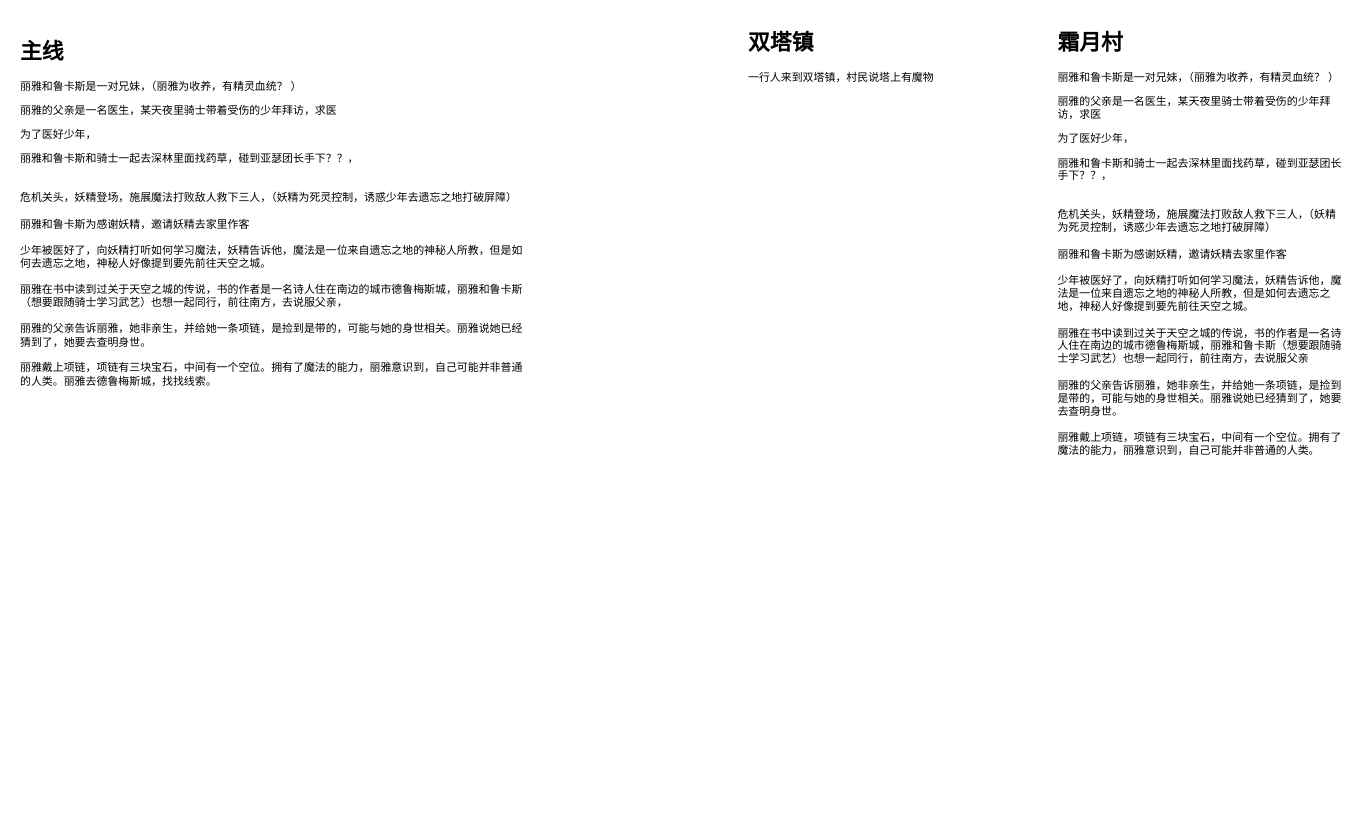
This is page "story" (8 of 10) of unity.drawio from goldmine/base, a draw.io file, before an edit. Source tidied: cells renumbered, new cells numbered last; positions are measured from the earlier drawing's top-left corner, leaving out a move shared by most shapes. Both pictures are drawn from the tidied source at 91%, with x=0, y=0 at pixel (15, 25).
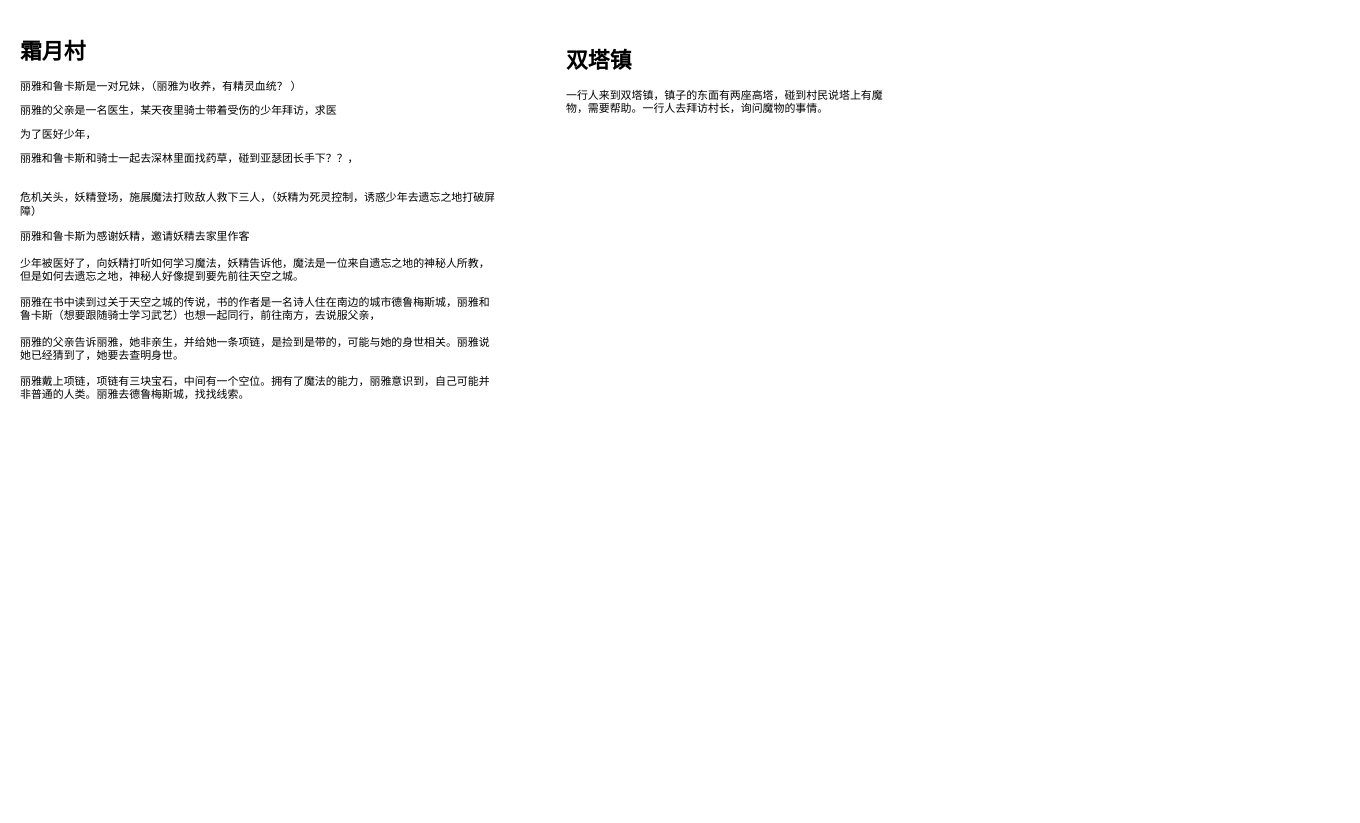
The same page after the edit.

The edit, as a diff of the source:
```diff
@@
 <mxGraphModel>
   <root>
     <mxCell id="0" />
     <mxCell id="1" parent="0" />
-    <mxCell id="2" value="&lt;h1&gt;&lt;/h1&gt;&lt;h1 style=&quot;border-color: var(--border-color);&quot;&gt;主线&lt;/h1&gt;&lt;p style=&quot;border-color: var(--border-color);&quot;&gt;丽雅和鲁卡斯是一对兄妹，（丽雅为收养，有精灵血统？ ）&lt;/p&gt;&lt;p style=&quot;border-color: var(--border-color);&quot;&gt;丽雅的父亲是一名医生，某天夜里骑士带着受伤的少年拜访，求医&lt;/p&gt;&lt;p style=&quot;border-color: var(--border-color);&quot;&gt;为了医好少年，&lt;/p&gt;丽雅和鲁卡斯和骑士一起去深林里面找药草，碰到亚瑟团长手下？？，&lt;br style=&quot;border-color: var(--border-color);&quot;&gt;&lt;br style=&quot;border-color: var(--border-color);&quot;&gt;&lt;br style=&quot;border-color: var(--border-color);&quot;&gt;危机关头，妖精登场，施展魔法打败敌人救下三人，（妖精为死灵控制，诱惑少年去遗忘之地打破屏障）&lt;br style=&quot;border-color: var(--border-color);&quot;&gt;&lt;br style=&quot;border-color: var(--border-color);&quot;&gt;丽雅和鲁卡斯为感谢妖精，邀请妖精去家里作客&lt;br style=&quot;border-color: var(--border-color);&quot;&gt;&lt;br style=&quot;border-color: var(--border-color);&quot;&gt;少年被医好了，向妖精打听如何学习魔法，妖精告诉他，魔法是一位来自遗忘之地的神秘人所教，但是如何去遗忘之地，神秘人好像提到要先前往天空之城。&lt;br style=&quot;border-color: var(--border-color);&quot;&gt;&lt;br style=&quot;border-color: var(--border-color);&quot;&gt;丽雅在书中读到过关于天空之城的传说，书的作者是一名诗人住在南边的城市德鲁梅斯城，丽雅和鲁卡斯（想要跟随骑士学习武艺）也想一起同行，前往南方，去说服父亲，&lt;br style=&quot;border-color: var(--border-color);&quot;&gt;&lt;br style=&quot;border-color: var(--border-color);&quot;&gt;丽雅的父亲告诉丽雅，她非亲生，并给她一条项链，是捡到是带的，可能与她的身世相关。丽雅说她已经猜到了，她要去查明身世。&lt;br style=&quot;border-color: var(--border-color);&quot;&gt;&lt;br style=&quot;border-color: var(--border-color);&quot;&gt;丽雅戴上项链，项链有三块宝石，中间有一个空位。拥有了魔法的能力，丽雅意识到，自己可能并非普通的人类。丽雅去德鲁梅斯城，找找线索。&lt;br&gt;&lt;br&gt;&lt;br&gt;&lt;br&gt;&lt;br&gt;&lt;br&gt;&lt;br&gt;&lt;br&gt;&lt;br&gt;&lt;br&gt;&lt;br style=&quot;border-color: var(--border-color);&quot;&gt;&lt;br style=&quot;border-color: var(--border-color);&quot;&gt;&lt;br style=&quot;border-color: var(--border-color);&quot;&gt;&lt;br style=&quot;border-color: var(--border-color);&quot;&gt;&lt;br style=&quot;border-color: var(--border-color);&quot;&gt;&lt;br style=&quot;border-color: var(--border-color);&quot;&gt;&lt;br style=&quot;border-color: var(--border-color);&quot;&gt;" style="text;html=1;strokeColor=none;fillColor=none;spacing=5;spacingTop=-20;whiteSpace=wrap;overflow=hidden;rounded=0;" parent="1" vertex="1">
-      <mxGeometry y="10" width="560" height="850" as="geometry" />
+    <mxCell id="2" value="&lt;h1&gt;&lt;/h1&gt;&lt;h1 style=&quot;border-color: var(--border-color);&quot;&gt;霜月村&lt;/h1&gt;&lt;p style=&quot;border-color: var(--border-color);&quot;&gt;丽雅和鲁卡斯是一对兄妹，（丽雅为收养，有精灵血统？ ）&lt;/p&gt;&lt;p style=&quot;border-color: var(--border-color);&quot;&gt;丽雅的父亲是一名医生，某天夜里骑士带着受伤的少年拜访，求医&lt;/p&gt;&lt;p style=&quot;border-color: var(--border-color);&quot;&gt;为了医好少年，&lt;/p&gt;丽雅和鲁卡斯和骑士一起去深林里面找药草，碰到亚瑟团长手下？？，&lt;br style=&quot;border-color: var(--border-color);&quot;&gt;&lt;br style=&quot;border-color: var(--border-color);&quot;&gt;&lt;br style=&quot;border-color: var(--border-color);&quot;&gt;危机关头，妖精登场，施展魔法打败敌人救下三人，（妖精为死灵控制，诱惑少年去遗忘之地打破屏障）&lt;br style=&quot;border-color: var(--border-color);&quot;&gt;&lt;br style=&quot;border-color: var(--border-color);&quot;&gt;丽雅和鲁卡斯为感谢妖精，邀请妖精去家里作客&lt;br style=&quot;border-color: var(--border-color);&quot;&gt;&lt;br style=&quot;border-color: var(--border-color);&quot;&gt;少年被医好了，向妖精打听如何学习魔法，妖精告诉他，魔法是一位来自遗忘之地的神秘人所教，但是如何去遗忘之地，神秘人好像提到要先前往天空之城。&lt;br style=&quot;border-color: var(--border-color);&quot;&gt;&lt;br style=&quot;border-color: var(--border-color);&quot;&gt;丽雅在书中读到过关于天空之城的传说，书的作者是一名诗人住在南边的城市德鲁梅斯城，丽雅和鲁卡斯（想要跟随骑士学习武艺）也想一起同行，前往南方，去说服父亲，&lt;br style=&quot;border-color: var(--border-color);&quot;&gt;&lt;br style=&quot;border-color: var(--border-color);&quot;&gt;丽雅的父亲告诉丽雅，她非亲生，并给她一条项链，是捡到是带的，可能与她的身世相关。丽雅说她已经猜到了，她要去查明身世。&lt;br style=&quot;border-color: var(--border-color);&quot;&gt;&lt;br style=&quot;border-color: var(--border-color);&quot;&gt;丽雅戴上项链，项链有三块宝石，中间有一个空位。拥有了魔法的能力，丽雅意识到，自己可能并非普通的人类。丽雅去德鲁梅斯城，找找线索。&lt;br&gt;&lt;br&gt;&lt;br&gt;&lt;br&gt;&lt;br&gt;&lt;br&gt;&lt;br&gt;&lt;br&gt;&lt;br&gt;&lt;br&gt;&lt;br&gt;&lt;br&gt;&lt;br&gt;&lt;br&gt;&lt;br style=&quot;border-color: var(--border-color);&quot;&gt;&lt;br style=&quot;border-color: var(--border-color);&quot;&gt;&lt;br style=&quot;border-color: var(--border-color);&quot;&gt;&lt;br style=&quot;border-color: var(--border-color);&quot;&gt;&lt;br style=&quot;border-color: var(--border-color);&quot;&gt;" style="text;html=1;strokeColor=none;fillColor=none;spacing=5;spacingTop=-20;whiteSpace=wrap;overflow=hidden;rounded=0;" parent="1" vertex="1">
+      <mxGeometry y="10" width="530" height="450" as="geometry" />
     </mxCell>
-    <mxCell id="3" value="&lt;h1&gt;霜月村&lt;/h1&gt;&lt;p&gt;丽雅和鲁卡斯是一对兄妹，（丽雅为收养，有精灵血统？ ）&lt;/p&gt;&lt;p&gt;丽雅的父亲是一名医生，某天夜里&lt;span style=&quot;background-color: initial;&quot;&gt;骑士带着受伤的少年拜访，求医&lt;/span&gt;&lt;/p&gt;&lt;p&gt;为了医好少年，&lt;/p&gt;丽雅和鲁卡斯和骑士一起去深林里面找药草，碰到亚瑟团长手下？？，&lt;br&gt;&lt;br&gt;&lt;br&gt;危机关头，妖精登场，施展魔法打败敌人救下三人，（妖精为死灵控制，诱惑少年去遗忘之地打破屏障）&lt;br&gt;&lt;br&gt;丽雅和鲁卡斯为感谢妖精，邀请妖精去家里作客&lt;br&gt;&lt;br&gt;少年被医好了，向妖精打听如何学习魔法，妖精告诉他，魔法是一位来自遗忘之地的神秘人所教，但是如何去遗忘之地，神秘人好像提到要先前往天空之城。&lt;br&gt;&lt;br&gt;丽雅在书中读到过关于天空之城的传说，书的作者是一名诗人住在南边的城市德鲁梅斯城，丽雅和鲁卡斯（想要跟随骑士学习武艺）也想一起同行，前往南方，去说服父亲&lt;br&gt;&lt;br&gt;丽雅的父亲告诉丽雅，她非亲生，并给她一条项链，是捡到是带的，可能与她的身世相关。丽雅说她已经猜到了，她要去查明身世。&lt;br&gt;&lt;br&gt;丽雅戴上项链，项链有三块宝石，中间有一个空位。拥有了魔法的能力，丽雅意识到，自己可能并非普通的人类。&lt;br&gt;&lt;br&gt;&lt;br&gt;&lt;br&gt;&lt;br&gt;&lt;br&gt;&lt;br&gt;&lt;br&gt;&lt;br&gt;&lt;br&gt;&lt;br&gt;&lt;br&gt;&lt;br&gt;" style="text;html=1;strokeColor=none;fillColor=none;spacing=5;spacingTop=-20;whiteSpace=wrap;overflow=hidden;rounded=0;" parent="1" vertex="1">
-      <mxGeometry x="1140" width="320" height="500" as="geometry" />
-    </mxCell>
-    <mxCell id="4" value="&lt;h1&gt;双塔镇&lt;/h1&gt;&lt;p&gt;&lt;/p&gt;一行人来到双塔镇，村民说塔上有魔物&lt;br&gt;&lt;br&gt;&lt;br&gt;&lt;br&gt;&lt;br&gt;&lt;br&gt;&lt;br&gt;&lt;br&gt;" style="text;html=1;strokeColor=none;fillColor=none;spacing=5;spacingTop=-20;whiteSpace=wrap;overflow=hidden;rounded=0;" parent="1" vertex="1">
-      <mxGeometry x="800" width="300" height="170" as="geometry" />
+    <mxCell id="4" value="&lt;h1&gt;双塔镇&lt;/h1&gt;&lt;p&gt;&lt;/p&gt;一行人来到双塔镇，镇子的东面有两座高塔，碰到村民说塔上有魔物，需要帮助。一行人去拜访村长，询问魔物的事情。&lt;br&gt;&lt;br&gt;&lt;br&gt;&lt;br&gt;" style="text;html=1;strokeColor=none;fillColor=none;spacing=5;spacingTop=-20;whiteSpace=wrap;overflow=hidden;rounded=0;" parent="1" vertex="1">
+      <mxGeometry x="600" y="20" width="360" height="410" as="geometry" />
     </mxCell>
   </root>
 </mxGraphModel>
```
